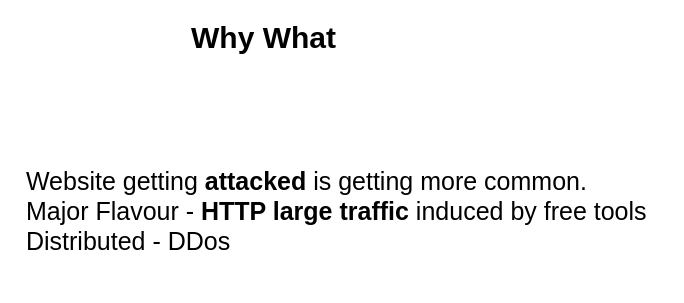
The draw.io diagram page "Page-1" (1 of 7) of HttpAttack Tools - study.drawio in premkumarsj/drawio, before the edit. Source tidied: cells renumbered, new cells numbered last; positions are measured from the earlier drawing's top-left corner, leaving out a move shared by most shapes. Both pictures are drawn from the tidied source at 100%, with x=0, y=0 at pixel (17, 17).
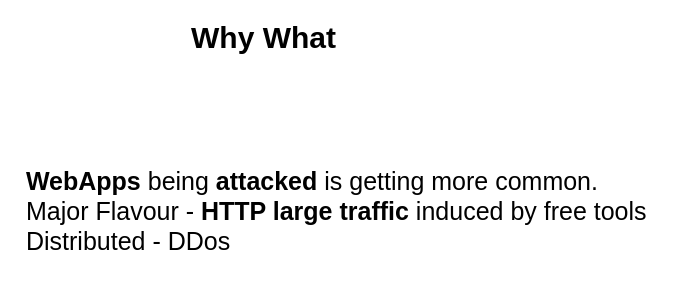
After the change.

Change to the diagram source:
```diff
@@
 <mxGraphModel>
   <root>
     <mxCell id="0" />
     <mxCell id="1" parent="0" />
-    <mxCell id="2" value="&amp;nbsp;&lt;font style=&quot;font-size: 25px;&quot;&gt;Website getting&amp;nbsp;&lt;b style=&quot;font-size: 25px;&quot;&gt;attacked&lt;/b&gt; is getting more common.&lt;br style=&quot;font-size: 25px;&quot;&gt;&amp;nbsp;Major Flavour - &lt;b style=&quot;font-size: 25px;&quot;&gt;HTTP large traffic&lt;/b&gt; induced by free tools&amp;nbsp;&lt;br style=&quot;font-size: 25px;&quot;&gt;&amp;nbsp;Distributed - DDos&amp;nbsp;&lt;/font&gt;&lt;br style=&quot;font-size: 25px;&quot;&gt;&amp;nbsp;" style="text;html=1;align=left;verticalAlign=top;spacingTop=-4;fontSize=25;" parent="1" vertex="1">
-      <mxGeometry y="146" width="650" height="70" as="geometry" />
+    <mxCell id="2" value="&amp;nbsp;&lt;font style=&quot;font-size: 25px&quot;&gt;&lt;b&gt;WebApps&lt;/b&gt; being&amp;nbsp;&lt;b style=&quot;font-size: 25px&quot;&gt;attacked&lt;/b&gt; is getting more common.&lt;br style=&quot;font-size: 25px&quot;&gt;&amp;nbsp;Major Flavour - &lt;b style=&quot;font-size: 25px&quot;&gt;HTTP large traffic&lt;/b&gt; induced by free tools&amp;nbsp;&lt;br style=&quot;font-size: 25px&quot;&gt;&amp;nbsp;Distributed - DDos&amp;nbsp;&lt;/font&gt;&lt;br style=&quot;font-size: 25px&quot;&gt;&amp;nbsp;" style="text;html=1;align=left;verticalAlign=top;spacingTop=-4;fontSize=25;" parent="1" vertex="1">
+      <mxGeometry y="146" width="650" height="120" as="geometry" />
     </mxCell>
     <mxCell id="3" value="&lt;font style=&quot;font-size: 30px&quot;&gt;&lt;b&gt;Why What&amp;nbsp;&lt;/b&gt;&lt;/font&gt;" style="text;html=1;align=left;verticalAlign=top;spacingTop=-4;fontSize=25;" parent="1" vertex="1">
       <mxGeometry x="172" width="170" height="30" as="geometry" />
     </mxCell>
   </root>
 </mxGraphModel>
```
